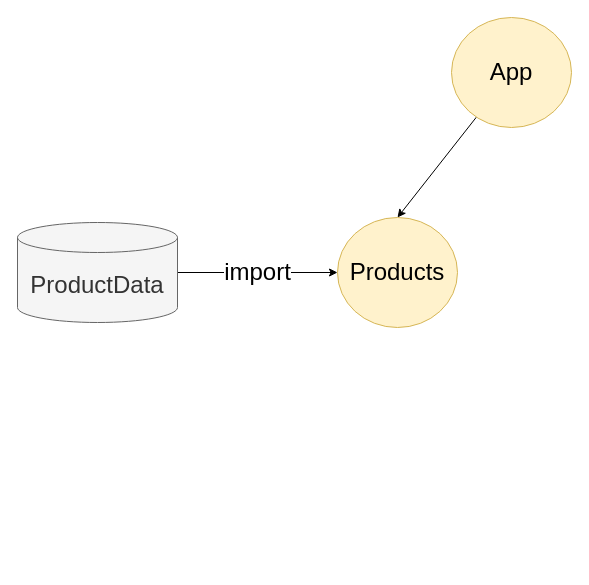
Above: page "ProductApp" (2 of 2) of Drawings.drawio in zcomert/BTK-AI-based-Web-Apps (draw.io), before the change. Source tidied: cells renumbered, new cells numbered last; positions are measured from the earlier drawing's top-left corner, leaving out a move shared by most shapes. Both pictures are drawn from the tidied source at 100%, with x=0, y=0 at pixel (17, 17).
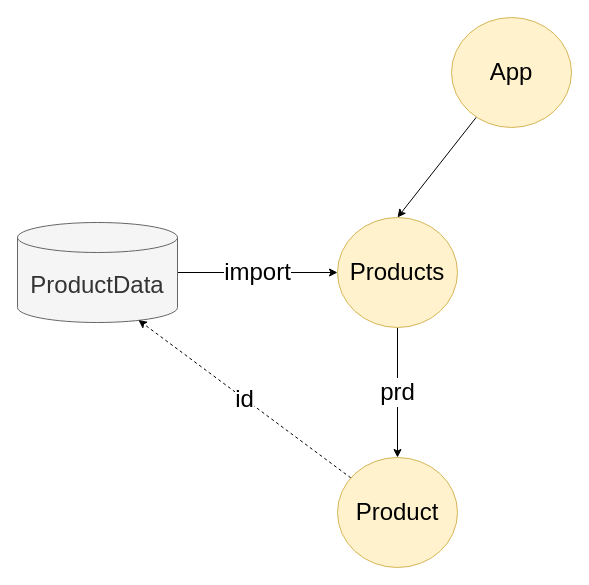
Above is the later version.

Commit message (it also covers changes not shown here):
Product component has been defined.

What changed in the source:
```diff
@@
 <mxGraphModel>
   <root>
     <mxCell id="0" />
     <mxCell id="1" parent="0" />
     <mxCell id="2" style="rounded=0;jettySize=auto;html=1;entryX=0.5;entryY=0;entryDx=0;entryDy=0;fontSize=24;" parent="1" edge="1" source="3" target="4">
       <mxGeometry relative="1" as="geometry" />
     </mxCell>
     <mxCell id="3" value="App" style="ellipse;whiteSpace=wrap;html=1;fontSize=24;fillColor=#fff2cc;strokeColor=#d6b656;" parent="1" vertex="1">
       <mxGeometry x="434" width="120" height="110" as="geometry" />
     </mxCell>
+    <mxCell id="7" value="prd" style="edgeStyle=none;rounded=0;jettySize=auto;html=1;fontSize=24;" parent="1" edge="1" source="4" target="9">
+      <mxGeometry relative="1" as="geometry" />
+    </mxCell>
     <mxCell id="4" value="Products" style="ellipse;whiteSpace=wrap;html=1;fontSize=24;fillColor=#fff2cc;strokeColor=#d6b656;" parent="1" vertex="1">
       <mxGeometry x="320" y="200" width="120" height="110" as="geometry" />
     </mxCell>
     <mxCell id="5" value="import" style="edgeStyle=orthogonalEdgeStyle;rounded=0;jettySize=auto;html=1;entryX=0;entryY=0.5;entryDx=0;entryDy=0;fontSize=24;" parent="1" edge="1" source="6" target="4">
       <mxGeometry relative="1" as="geometry" />
     </mxCell>
     <mxCell id="6" value="ProductData" style="shape=cylinder3;whiteSpace=wrap;html=1;boundedLbl=1;backgroundOutline=1;size=15;fontSize=24;fillColor=#f5f5f5;strokeColor=#666666;fontColor=#333333;" parent="1" vertex="1">
       <mxGeometry y="205" width="160" height="100" as="geometry" />
     </mxCell>
+    <mxCell id="8" value="id" style="edgeStyle=none;rounded=0;jettySize=auto;html=1;entryX=0.756;entryY=0.976;entryDx=0;entryDy=0;entryPerimeter=0;fontSize=24;dashed=1;" parent="1" edge="1" source="9" target="6">
+      <mxGeometry relative="1" as="geometry" />
+    </mxCell>
+    <mxCell id="9" value="Product" style="ellipse;whiteSpace=wrap;html=1;fontSize=24;fillColor=#fff2cc;strokeColor=#d6b656;" parent="1" vertex="1">
+      <mxGeometry x="320" y="440" width="120" height="110" as="geometry" />
+    </mxCell>
   </root>
 </mxGraphModel>
```
